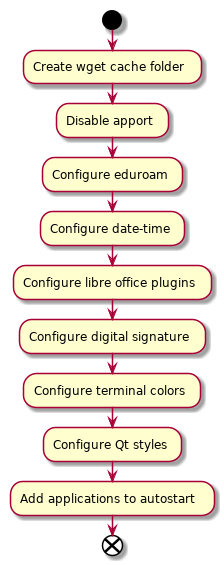
Earlier version of the PlantUML export docs/uml/system-config.png (cslucr/ubuntu-ucr).
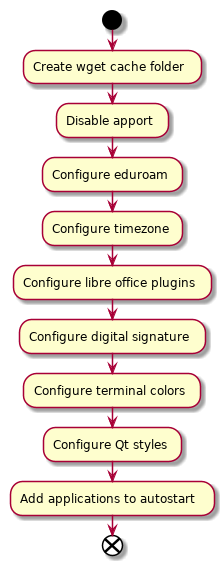
The same diagram one commit later.

Change to the diagram source:
```diff
@@ -3,7 +3,7 @@
 :Create wget cache folder;
 :Disable apport;
 :Configure eduroam;
-:Configure date-time;
+:Configure timezone;
 :Configure libre office plugins;
 :Configure digital signature;
 :Configure terminal colors;
```
